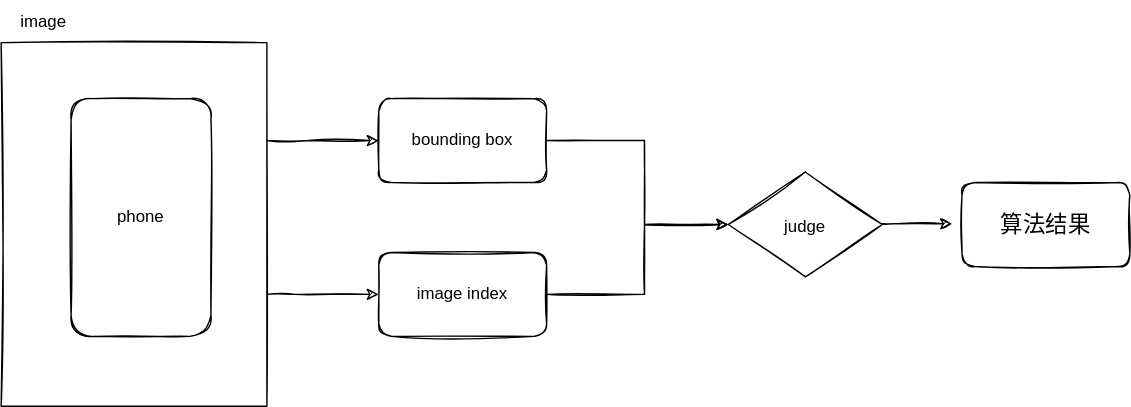
Earlier version of the draw.io export 未拍全检测方案.drawio.svg (Linranran/my_images). Source tidied: cells renumbered, new cells last; positions are measured from the earlier drawing's top-left corner, leaving out a move shared by most shapes.
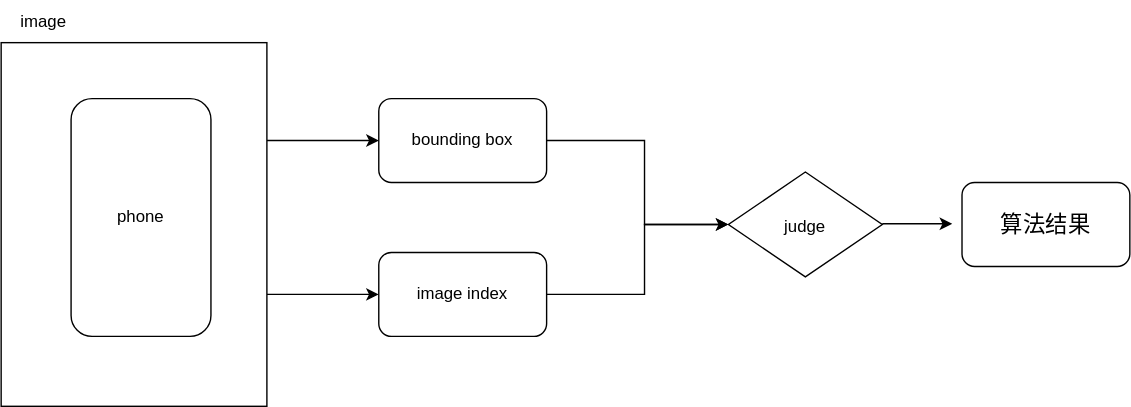
Above is the later version.

Commit message:
Update 未拍全检测方案.drawio.svg

The edit, as a diff of the source:
```diff
@@ -2,7 +2,7 @@
   <root>
     <mxCell id="0" />
     <mxCell id="1" parent="0" />
-    <mxCell id="2" style="edgeStyle=orthogonalEdgeStyle;rounded=0;jettySize=auto;html=1;sketch=1;" parent="1" edge="1" source="4" target="8">
+    <mxCell id="2" style="edgeStyle=orthogonalEdgeStyle;rounded=0;jettySize=auto;html=1;" parent="1" edge="1" source="4" target="8">
       <mxGeometry relative="1" as="geometry">
         <Array as="points">
           <mxPoint x="220" y="100" />
@@ -10,7 +10,7 @@
         </Array>
       </mxGeometry>
     </mxCell>
-    <mxCell id="3" style="edgeStyle=orthogonalEdgeStyle;rounded=0;jettySize=auto;html=1;sketch=1;" parent="1" edge="1" source="4" target="10">
+    <mxCell id="3" style="edgeStyle=orthogonalEdgeStyle;rounded=0;jettySize=auto;html=1;" parent="1" edge="1" source="4" target="10">
       <mxGeometry relative="1" as="geometry">
         <Array as="points">
           <mxPoint x="210" y="210" />
@@ -18,16 +18,16 @@
         </Array>
       </mxGeometry>
     </mxCell>
-    <mxCell id="4" style="rounded=0;whiteSpace=wrap;html=1;sketch=1;" parent="1" vertex="1">
+    <mxCell id="4" style="rounded=0;whiteSpace=wrap;html=1;" parent="1" vertex="1">
       <mxGeometry y="30" width="190" height="260" as="geometry" />
     </mxCell>
-    <mxCell id="5" value="image" style="text;html=1;align=center;verticalAlign=middle;strokeColor=none;fillColor=none;sketch=1;" parent="1" vertex="1">
+    <mxCell id="5" value="image" style="text;html=1;align=center;verticalAlign=middle;strokeColor=none;fillColor=none;" parent="1" vertex="1">
       <mxGeometry width="60" height="30" as="geometry" />
     </mxCell>
-    <mxCell id="6" value="phone" style="rounded=1;whiteSpace=wrap;html=1;sketch=1;" parent="1" vertex="1">
+    <mxCell id="6" value="phone" style="rounded=1;whiteSpace=wrap;html=1;" parent="1" vertex="1">
       <mxGeometry x="50" y="70" width="100" height="170" as="geometry" />
     </mxCell>
-    <mxCell id="7" style="edgeStyle=orthogonalEdgeStyle;rounded=0;jettySize=auto;html=1;entryX=0;entryY=0.5;entryDx=0;entryDy=0;sketch=1;" parent="1" edge="1" source="8">
+    <mxCell id="7" style="edgeStyle=orthogonalEdgeStyle;rounded=0;jettySize=auto;html=1;entryX=0;entryY=0.5;entryDx=0;entryDy=0;" parent="1" edge="1" source="8">
       <mxGeometry relative="1" as="geometry">
         <mxPoint x="520" y="160" as="targetPoint" />
         <Array as="points">
@@ -36,10 +36,10 @@
         </Array>
       </mxGeometry>
     </mxCell>
-    <mxCell id="8" value="bounding box" style="rounded=1;whiteSpace=wrap;html=1;sketch=1;" parent="1" vertex="1">
+    <mxCell id="8" value="bounding box" style="rounded=1;whiteSpace=wrap;html=1;" parent="1" vertex="1">
       <mxGeometry x="270" y="70" width="120" height="60" as="geometry" />
     </mxCell>
-    <mxCell id="9" style="edgeStyle=orthogonalEdgeStyle;rounded=0;jettySize=auto;html=1;exitX=1;exitY=0.5;exitDx=0;exitDy=0;sketch=1;" parent="1" edge="1" source="10">
+    <mxCell id="9" style="edgeStyle=orthogonalEdgeStyle;rounded=0;jettySize=auto;html=1;exitX=1;exitY=0.5;exitDx=0;exitDy=0;" parent="1" edge="1" source="10">
       <mxGeometry relative="1" as="geometry">
         <mxPoint x="520" y="160" as="targetPoint" />
         <Array as="points">
@@ -48,16 +48,16 @@
         </Array>
       </mxGeometry>
     </mxCell>
-    <mxCell id="10" value="image index" style="rounded=1;whiteSpace=wrap;html=1;sketch=1;" parent="1" vertex="1">
+    <mxCell id="10" value="image index" style="rounded=1;whiteSpace=wrap;html=1;" parent="1" vertex="1">
       <mxGeometry x="270" y="180" width="120" height="60" as="geometry" />
     </mxCell>
-    <mxCell id="11" value="&lt;span style=&quot;font-size: 12px;&quot;&gt;judge&lt;/span&gt;" style="rhombus;whiteSpace=wrap;html=1;fontSize=16;sketch=1;" parent="1" vertex="1">
+    <mxCell id="11" value="&lt;span style=&quot;font-size: 12px;&quot;&gt;judge&lt;/span&gt;" style="rhombus;whiteSpace=wrap;html=1;fontSize=16;" parent="1" vertex="1">
       <mxGeometry x="520" y="122.5" width="110" height="75" as="geometry" />
     </mxCell>
-    <mxCell id="12" value="算法结果" style="rounded=1;whiteSpace=wrap;html=1;fontSize=16;sketch=1;" parent="1" vertex="1">
+    <mxCell id="12" value="算法结果" style="rounded=1;whiteSpace=wrap;html=1;fontSize=16;" parent="1" vertex="1">
       <mxGeometry x="687" y="130" width="120" height="60" as="geometry" />
     </mxCell>
-    <mxCell id="13" style="edgeStyle=orthogonalEdgeStyle;rounded=0;orthogonalLoop=1;jettySize=auto;html=1;sketch=1;" parent="1" edge="1">
+    <mxCell id="13" style="edgeStyle=orthogonalEdgeStyle;rounded=0;orthogonalLoop=1;jettySize=auto;html=1;" parent="1" edge="1">
       <mxGeometry relative="1" as="geometry">
         <mxPoint x="630" y="159.5" as="sourcePoint" />
         <mxPoint x="680" y="159.5" as="targetPoint" />
```
